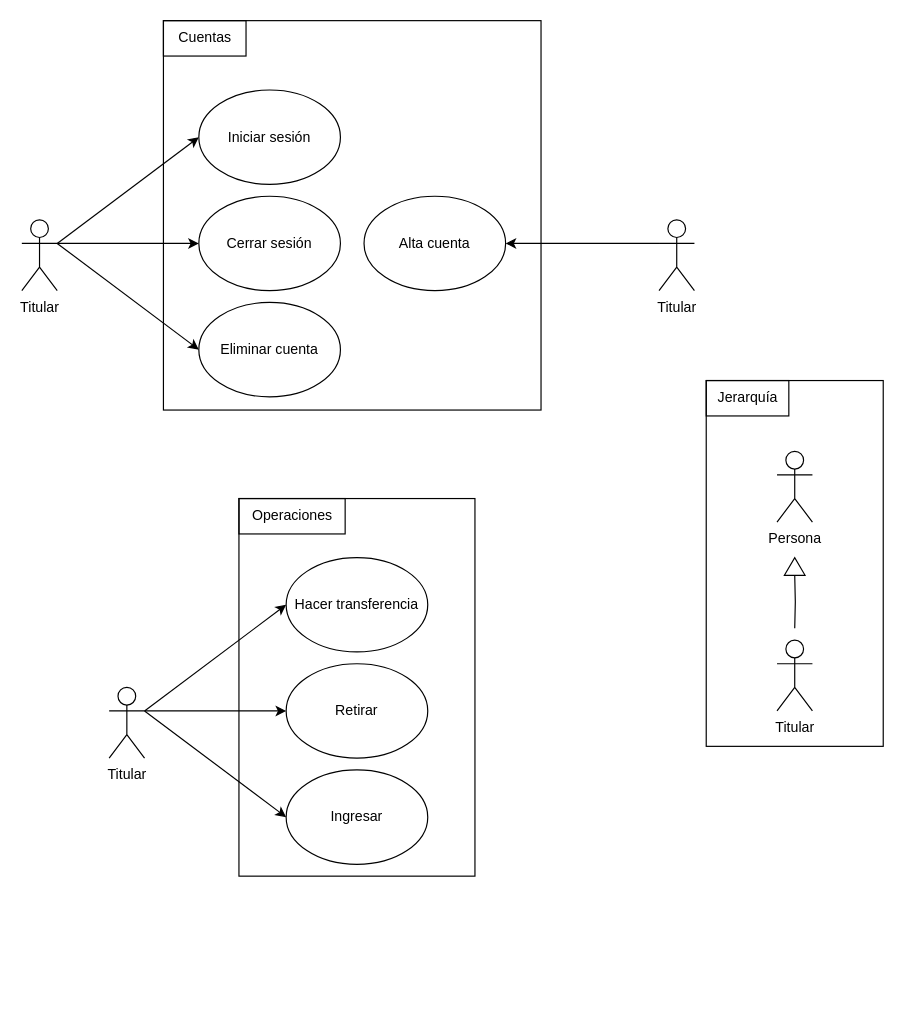
Rdabrio/ATM keeps this draw.io diagram as Untitled Diagram.drawio. Above is the earlier version. Source tidied: cells renumbered, new cells numbered last; positions are measured from the earlier drawing's top-left corner, leaving out a move shared by most shapes. Both pictures are drawn from the tidied source at 118%, with x=0, y=0 at pixel (21, 20).
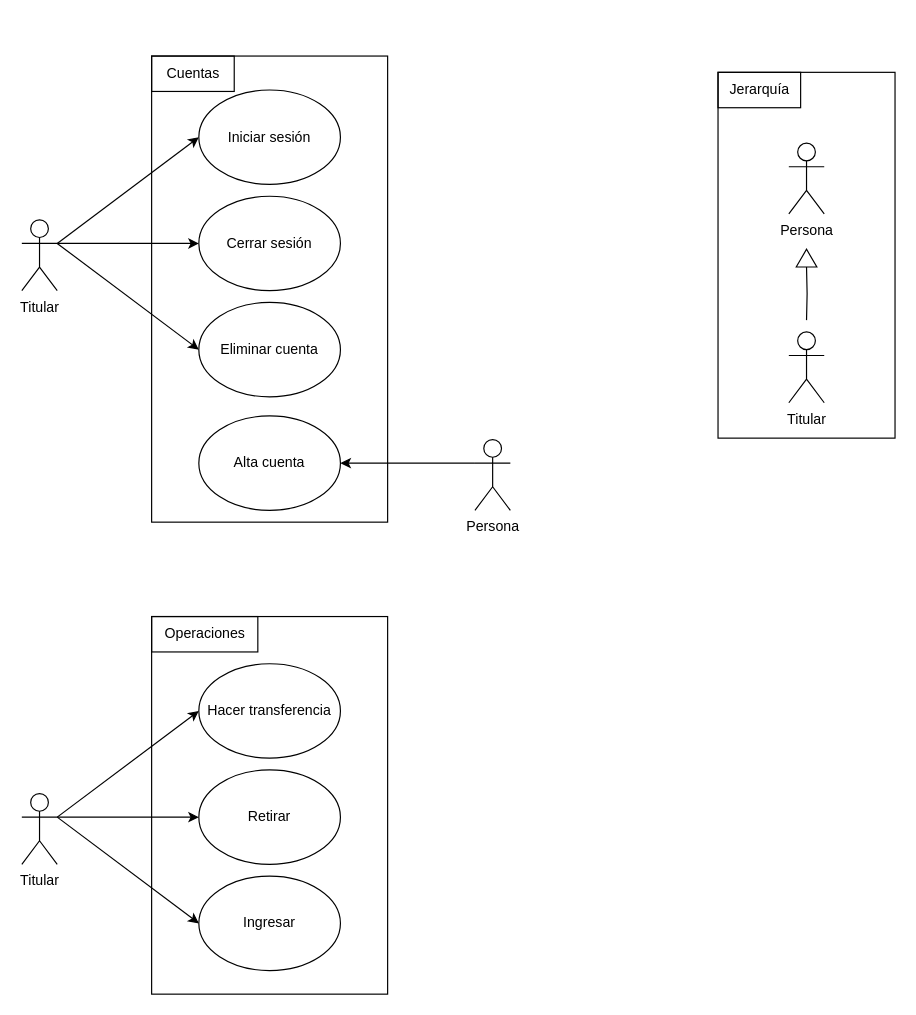
After the change.

What changed in the source:
```diff
@@
     <mxCell id="8" value="Hacer transferencia" style="ellipse;whiteSpace=wrap;html=1;" parent="1" vertex="1">
-      <mxGeometry x="224" y="455" width="120" height="80" as="geometry" />
+      <mxGeometry x="150" y="545" width="120" height="80" as="geometry" />
     </mxCell>
     <mxCell id="9" value="Ingresar" style="ellipse;whiteSpace=wrap;html=1;" parent="1" vertex="1">
-      <mxGeometry x="224" y="635" width="120" height="80" as="geometry" />
+      <mxGeometry x="150" y="725" width="120" height="80" as="geometry" />
     </mxCell>
     <mxCell id="10" value="Retirar" style="ellipse;whiteSpace=wrap;html=1;" parent="1" vertex="1">
-      <mxGeometry x="224" y="545" width="120" height="80" as="geometry" />
+      <mxGeometry x="150" y="635" width="120" height="80" as="geometry" />
     </mxCell>
@@
     <mxCell id="12" value="Alta cuenta" style="ellipse;whiteSpace=wrap;html=1;" parent="1" vertex="1">
-      <mxGeometry x="290" y="148.8" width="120" height="80" as="geometry" />
+      <mxGeometry x="150" y="335" width="120" height="80" as="geometry" />
     </mxCell>
     <mxCell id="13" style="edgeStyle=orthogonalEdgeStyle;rounded=0;jettySize=auto;html=1;entryX=0;entryY=0.5;entryDx=0;entryDy=0;endArrow=none;endFill=0;" parent="1" edge="1" target="16">
       <mxGeometry relative="1" as="geometry">
-        <mxPoint x="655" y="515" as="sourcePoint" />
+        <mxPoint x="665" y="253.8" as="sourcePoint" />
       </mxGeometry>
     </mxCell>
     <mxCell id="14" value="Titular" style="shape=umlActor;verticalLabelPosition=bottom;verticalAlign=top;html=1;" parent="1" vertex="1">
-      <mxGeometry x="640" y="525" width="30" height="60" as="geometry" />
+      <mxGeometry x="650" y="263.8" width="30" height="60" as="geometry" />
     </mxCell>
     <mxCell id="15" value="Persona" style="shape=umlActor;verticalLabelPosition=bottom;verticalAlign=top;html=1;" parent="1" vertex="1">
-      <mxGeometry x="640" y="365" width="30" height="60" as="geometry" />
+      <mxGeometry x="650" y="103.8" width="30" height="60" as="geometry" />
     </mxCell>
     <mxCell id="16" style="triangle;whiteSpace=wrap;html=1;rotation=-90;" parent="1" vertex="1">
-      <mxGeometry x="647.5" y="453.8" width="15" height="17.5" as="geometry" />
+      <mxGeometry x="657.5" y="192.5" width="15" height="17.5" as="geometry" />
     </mxCell>
@@
-    <mxCell id="18" value="Titular" style="shape=umlActor;verticalLabelPosition=bottom;verticalAlign=top;html=1;outlineConnect=0;" parent="1" vertex="1">
-      <mxGeometry x="540" y="168.8" width="30" height="60" as="geometry" />
+    <mxCell id="18" value="Persona" style="shape=umlActor;verticalLabelPosition=bottom;verticalAlign=top;html=1;outlineConnect=0;" parent="1" vertex="1">
+      <mxGeometry x="384" y="355" width="30" height="60" as="geometry" />
     </mxCell>
     <mxCell id="19" style="rounded=0;whiteSpace=wrap;html=1;fillColor=none;" parent="1" vertex="1">
-      <mxGeometry x="120" width="320" height="330" as="geometry" />
+      <mxGeometry x="110" y="30" width="200" height="395" as="geometry" />
     </mxCell>
     <mxCell id="20" value="Cuentas" style="text;html=1;align=center;verticalAlign=middle;strokeColor=default;fillColor=none;" parent="1" vertex="1">
-      <mxGeometry x="120" width="70" height="30" as="geometry" />
+      <mxGeometry x="110" y="30" width="70" height="30" as="geometry" />
     </mxCell>
@@
     <mxCell id="24" value="Titular" style="shape=umlActor;verticalLabelPosition=bottom;verticalAlign=top;html=1;outlineConnect=0;" parent="1" vertex="1">
-      <mxGeometry x="74" y="565" width="30" height="60" as="geometry" />
+      <mxGeometry y="655" width="30" height="60" as="geometry" />
     </mxCell>
     <mxCell id="25" style="rounded=0;whiteSpace=wrap;html=1;fillColor=none;" parent="1" vertex="1">
-      <mxGeometry x="184" y="405" width="200" height="320" as="geometry" />
+      <mxGeometry x="110" y="505" width="200" height="320" as="geometry" />
     </mxCell>
     <mxCell id="26" value="Operaciones" style="text;html=1;align=center;verticalAlign=middle;strokeColor=default;fillColor=none;" parent="1" vertex="1">
-      <mxGeometry x="184" y="405" width="90" height="30" as="geometry" />
+      <mxGeometry x="110" y="505" width="90" height="30" as="geometry" />
     </mxCell>
     <mxCell id="27" style="rounded=0;whiteSpace=wrap;html=1;fillColor=none;" parent="1" vertex="1">
-      <mxGeometry x="580" y="305" width="150" height="310" as="geometry" />
+      <mxGeometry x="590" y="43.8" width="150" height="310" as="geometry" />
     </mxCell>
     <mxCell id="28" value="Jerarquía" style="text;html=1;align=center;verticalAlign=middle;strokeColor=default;fillColor=none;" parent="1" vertex="1">
-      <mxGeometry x="580" y="305" width="70" height="30" as="geometry" />
+      <mxGeometry x="590" y="43.8" width="70" height="30" as="geometry" />
     </mxCell>
```
